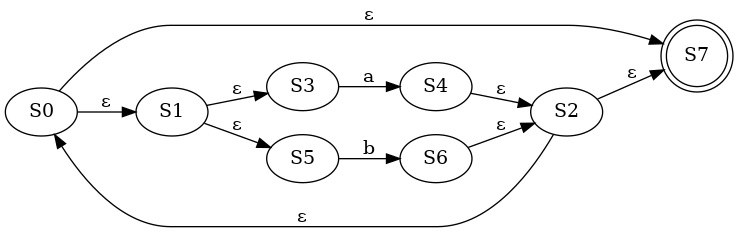
This is regex_to_min_dfa/Digraph.gv.png from Mamdouh-Attia/regex_NFA_DFA_generator, a Graphviz export, as it was before one commit. Its source is kept beside it as regex_to_min_dfa/Digraph.gv.
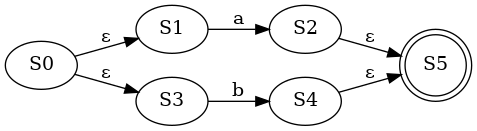
After the commit.

What changed in the source:
```diff
@@ -1,21 +1,15 @@
 digraph {
 	graph [rankdir=LR]
 	S0
-	S7 [shape=doublecircle]
+	S5 [shape=doublecircle]
 	S1
 	S2
 	S3
 	S4
-	S5
-	S6
 	S0 -> S1 [label="ε"]
-	S0 -> S7 [label="ε"]
-	S1 -> S3 [label="ε"]
-	S1 -> S5 [label="ε"]
-	S2 -> S0 [label="ε"]
-	S2 -> S7 [label="ε"]
-	S3 -> S4 [label=a]
-	S4 -> S2 [label="ε"]
-	S5 -> S6 [label=b]
-	S6 -> S2 [label="ε"]
+	S0 -> S3 [label="ε"]
+	S1 -> S2 [label=a]
+	S2 -> S5 [label="ε"]
+	S3 -> S4 [label=b]
+	S4 -> S5 [label="ε"]
 }
```
